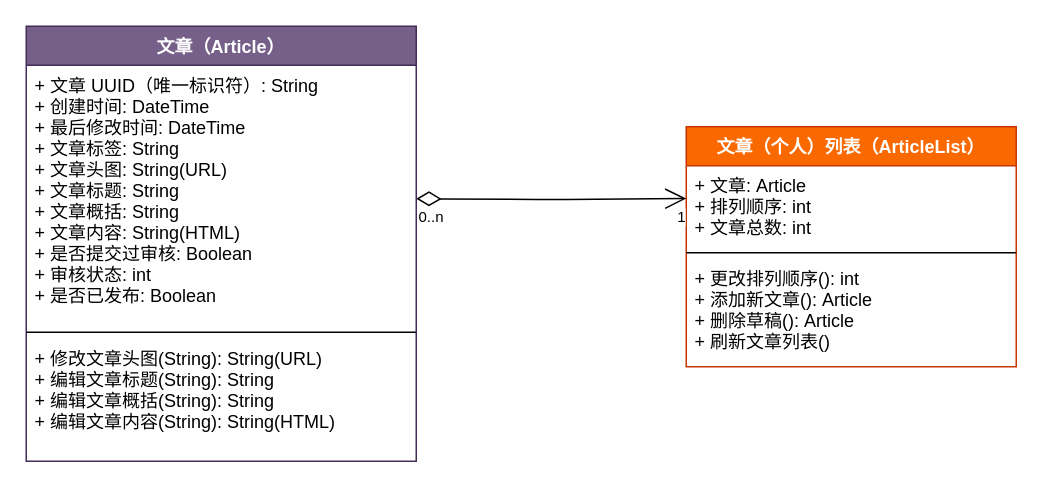
Before: 1-SoftwareRequirements/Editor/editor_class.drawio in zan-press/diagram, a draw.io diagram. Source tidied: cells renumbered, new cells numbered last; positions are measured from the earlier drawing's top-left corner, leaving out a move shared by most shapes. Both pictures are drawn from the tidied source at 150%, with x=0, y=0 at pixel (26, 26).
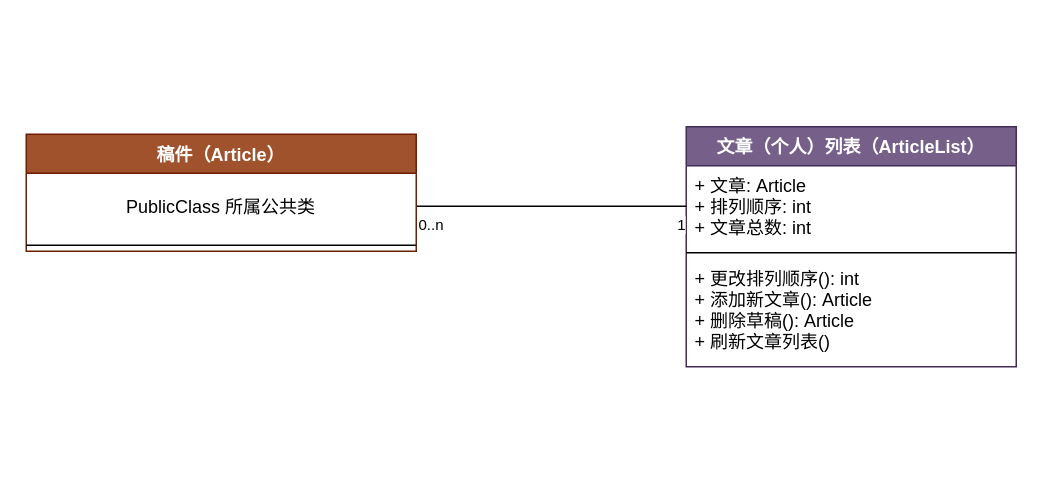
The same page after the edit.

Commit message (it also covers changes not shown here):
Update editor class

Diff of the diagram source:
```diff
@@
 <mxGraphModel>
   <root>
     <mxCell id="0" />
     <mxCell id="1" parent="0" />
-    <mxCell id="2" value="文章（个人）列表（ArticleList）" style="swimlane;fontStyle=1;align=center;verticalAlign=top;horizontal=1;startSize=26;fillColor=#fa6800;strokeColor=#C73500;fontColor=#ffffff;fontFamily=SF Mono;" parent="1" vertex="1">
+    <mxCell id="2" value="文章（个人）列表（ArticleList）" style="swimlane;fontStyle=1;align=center;verticalAlign=top;horizontal=1;startSize=26;fillColor=#76608a;strokeColor=#432D57;fontColor=#ffffff;fontFamily=SF Mono;" parent="1" vertex="1">
       <mxGeometry x="440" y="67" width="220" height="160" as="geometry" />
     </mxCell>
     <mxCell id="3" value="+ 文章: Article&#10;+ 排列顺序: int&#10;+ 文章总数: int" style="text;strokeColor=none;fillColor=none;align=left;verticalAlign=top;spacingLeft=4;spacingRight=4;overflow=hidden;points=[[0,0.5],[1,0.5]];portConstraint=eastwest;spacing=2;imageAspect=1;noLabel=0;fontFamily=SF Mono;" parent="2" vertex="1">
       <mxGeometry y="26" width="220" height="54" as="geometry" />
     </mxCell>
     <mxCell id="4" style="line;strokeWidth=1;fillColor=none;align=left;verticalAlign=middle;spacingTop=-1;spacingLeft=3;spacingRight=3;labelPosition=right;fontFamily=SF Mono;" parent="2" vertex="1">
       <mxGeometry y="80" width="220" height="8" as="geometry" />
     </mxCell>
     <mxCell id="5" value="+ 更改排列顺序(): int&#10;+ 添加新文章(): Article&#10;+ 删除草稿(): Article&#10;+ 刷新文章列表()" style="text;strokeColor=none;fillColor=none;align=left;verticalAlign=top;spacingLeft=4;spacingRight=4;overflow=hidden;fontFamily=SF Mono;" parent="2" vertex="1">
       <mxGeometry y="88" width="220" height="72" as="geometry" />
     </mxCell>
-    <mxCell id="6" style="endArrow=open;html=1;endSize=12;startArrow=diamondThin;startSize=14;startFill=0;edgeStyle=orthogonalEdgeStyle;entryX=0;entryY=0.405;entryDx=0;entryDy=0;entryPerimeter=0;fontFamily=SF Mono;" parent="1" edge="1" target="3">
-      <mxGeometry relative="1" as="geometry">
-        <mxPoint x="260" y="115" as="sourcePoint" />
-      </mxGeometry>
+    <mxCell id="6" style="endArrow=none;html=1;endSize=12;startArrow=none;startSize=14;startFill=0;edgeStyle=orthogonalEdgeStyle;fontFamily=SF Mono;endFill=0;" parent="1" edge="1" source="14" target="3">
+      <mxGeometry relative="1" as="geometry" />
     </mxCell>
     <mxCell id="7" value="0..n" style="html=1;align=left;verticalAlign=top;labelBackgroundColor=#ffffff;fontSize=10;fontFamily=SF Mono;" parent="6" vertex="1">
       <mxGeometry x="-1" relative="1" as="geometry" />
     </mxCell>
     <mxCell id="8" value="1" style="html=1;align=right;verticalAlign=top;labelBackgroundColor=#ffffff;fontSize=10;fontFamily=SF Mono;" parent="6" vertex="1">
       <mxGeometry x="1" relative="1" as="geometry" />
     </mxCell>
-    <mxCell id="9" value="文章（Article）&#10;" style="swimlane;fontStyle=1;align=center;verticalAlign=top;horizontal=1;startSize=26;fillColor=#76608a;strokeColor=#432D57;fontColor=#ffffff;fontFamily=SF Mono;" parent="1" vertex="1">
-      <mxGeometry width="260" height="290" as="geometry" />
-    </mxCell>
-    <mxCell id="10" value="+ 文章 UUID（唯一标识符）: String&#10;+ 创建时间: DateTime&#10;+ 最后修改时间: DateTime&#10;+ 文章标签: String&#10;+ 文章头图: String(URL)&#10;+ 文章标题: String&#10;+ 文章概括: String&#10;+ 文章内容: String(HTML)&#10;+ 是否提交过审核: Boolean&#10;+ 审核状态: int&#10;+ 是否已发布: Boolean" style="text;strokeColor=none;fillColor=none;align=left;verticalAlign=top;spacingLeft=4;spacingRight=4;overflow=hidden;spacing=2;imageAspect=1;noLabel=0;fontFamily=SF Mono;" parent="9" vertex="1">
-      <mxGeometry y="26" width="260" height="174" as="geometry" />
-    </mxCell>
-    <mxCell id="11" style="line;strokeWidth=1;fillColor=none;align=left;verticalAlign=middle;spacingTop=-1;spacingLeft=3;spacingRight=3;labelPosition=right;fontFamily=SF Mono;" parent="9" vertex="1">
-      <mxGeometry y="200" width="260" height="8" as="geometry" />
-    </mxCell>
-    <mxCell id="12" value="+ 修改文章头图(String): String(URL)&#10;+ 编辑文章标题(String): String&#10;+ 编辑文章概括(String): String&#10;+ 编辑文章内容(String): String(HTML)" style="text;strokeColor=none;fillColor=none;align=left;verticalAlign=top;spacingLeft=4;spacingRight=4;overflow=hidden;fontFamily=SF Mono;" parent="9" vertex="1">
-      <mxGeometry y="208" width="260" height="82" as="geometry" />
-    </mxCell>
+    <mxCell id="13" value="稿件（Article）&#10;" style="swimlane;fontStyle=1;align=center;verticalAlign=top;horizontal=1;startSize=26;fillColor=#a0522d;strokeColor=#6D1F00;fontColor=#ffffff;fontFamily=SF Mono;" parent="1" vertex="1">
+      <mxGeometry y="72" width="260" height="78" as="geometry" />
+    </mxCell>
+    <mxCell id="14" value="PublicClass 所属公共类" style="text;strokeColor=none;fillColor=none;align=center;verticalAlign=middle;spacingLeft=4;spacingRight=4;overflow=hidden;points=[[0,0.5],[1,0.5]];portConstraint=eastwest;spacing=2;imageAspect=1;noLabel=0;fontFamily=SF Mono;" parent="13" vertex="1">
+      <mxGeometry y="26" width="260" height="44" as="geometry" />
+    </mxCell>
+    <mxCell id="15" style="line;strokeWidth=1;fillColor=none;align=left;verticalAlign=middle;spacingTop=-1;spacingLeft=3;spacingRight=3;labelPosition=right;fontFamily=SF Mono;" parent="13" vertex="1">
+      <mxGeometry y="70" width="260" height="8" as="geometry" />
+    </mxCell>
   </root>
 </mxGraphModel>
```
